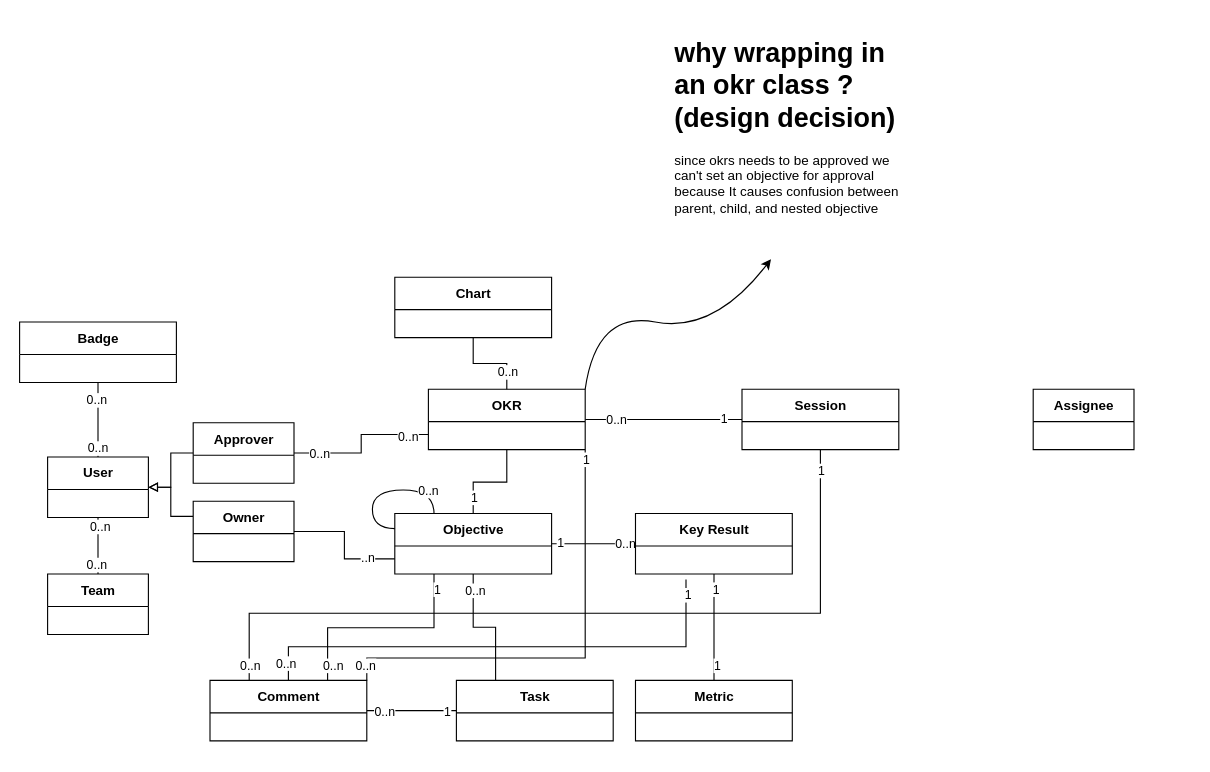
Above: diagrams/domain diagram.drawio in KhFendri/OKR_UML (draw.io), before the change. Source tidied: cells renumbered, new cells numbered last; positions are measured from the earlier drawing's top-left corner, leaving out a move shared by most shapes. Both pictures are drawn from the tidied source at 112%, with x=0, y=0 at pixel (19, 30).
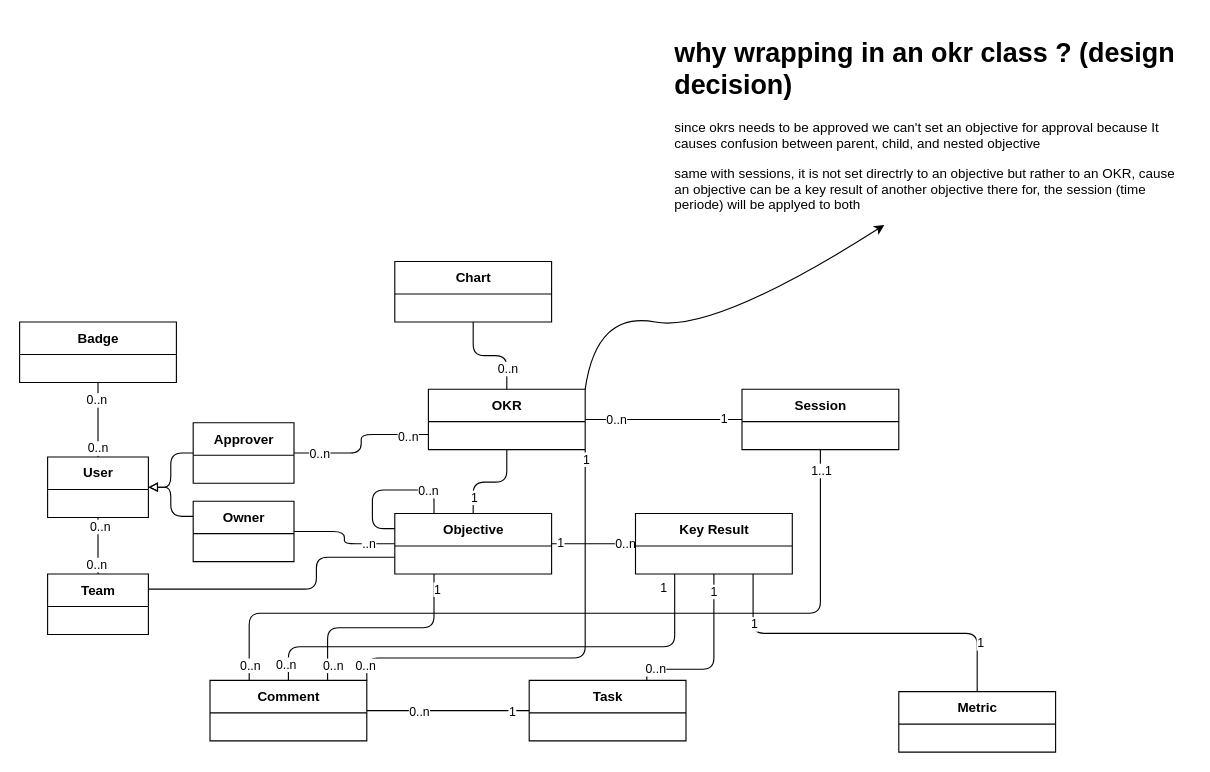
The same page after the edit.

Unchanged cells that the change refers to:
```xml
<mxCell id="7" value="OKR" style="swimlane;fontStyle=1;align=center;verticalAlign=middle;horizontal=1;startSize=29;html=1;" parent="1" vertex="1">
  <mxGeometry x="365" y="320" width="140" height="54" as="geometry" />
</mxCell>
<mxCell id="11" value="Key Result" style="swimlane;fontStyle=1;align=center;verticalAlign=middle;horizontal=1;startSize=29;html=1;" parent="1" vertex="1">
  <mxGeometry x="549.9" y="431" width="140" height="54" as="geometry" />
</mxCell>
<mxCell id="12" value="Session" style="swimlane;fontStyle=1;align=center;verticalAlign=middle;horizontal=1;startSize=29;html=1;" parent="1" vertex="1">
  <mxGeometry x="645" y="320" width="140" height="54" as="geometry" />
</mxCell>
<mxCell id="16" value="User" style="swimlane;fontStyle=1;align=center;verticalAlign=middle;horizontal=1;startSize=29;html=1;" parent="1" vertex="1">
  <mxGeometry x="25" y="380.5" width="90" height="54" as="geometry" />
</mxCell>
<mxCell id="20" value="Owner" style="swimlane;fontStyle=1;align=center;verticalAlign=middle;horizontal=1;startSize=29;html=1;" parent="1" vertex="1">
  <mxGeometry x="155" y="420" width="90" height="54" as="geometry" />
</mxCell>
<mxCell id="25" value="Badge" style="swimlane;fontStyle=1;align=center;verticalAlign=middle;horizontal=1;startSize=29;html=1;" parent="1" vertex="1">
  <mxGeometry y="260" width="140" height="54" as="geometry" />
</mxCell>
<mxCell id="41" value="Comment" style="swimlane;fontStyle=1;align=center;verticalAlign=middle;horizontal=1;startSize=29;html=1;" parent="1" vertex="1">
  <mxGeometry x="170" y="580" width="140" height="54" as="geometry" />
</mxCell>
<mxCell id="47" value="Approver" style="swimlane;fontStyle=1;align=center;verticalAlign=middle;horizontal=1;startSize=29;html=1;" parent="1" vertex="1">
  <mxGeometry x="155" y="350" width="90" height="54" as="geometry" />
</mxCell>
<mxCell id="52" style="group;" parent="1" vertex="1">
  <mxGeometry x="325" y="420" width="150" height="65" as="geometry" />
</mxCell>
<mxCell id="53" value="Objective" style="swimlane;fontStyle=1;align=center;verticalAlign=middle;horizontal=1;startSize=29;html=1;" parent="52" vertex="1">
  <mxGeometry x="10" y="11" width="140" height="54" as="geometry" />
</mxCell>
<mxCell id="59" value="Team" style="swimlane;fontStyle=1;align=center;verticalAlign=middle;horizontal=1;startSize=29;html=1;" parent="1" vertex="1">
  <mxGeometry x="25" y="485" width="90" height="54" as="geometry" />
</mxCell>
```

Change to the diagram source:
```diff
@@
-    <mxCell id="2" style="edgeStyle=elbowEdgeStyle;rounded=0;jettySize=auto;elbow=vertical;html=1;entryX=0.5;entryY=0;entryDx=0;entryDy=0;endArrow=none;endFill=0;" parent="1" edge="1" source="7" target="53">
+    <mxCell id="2" style="edgeStyle=elbowEdgeStyle;jettySize=auto;elbow=vertical;html=1;entryX=0.5;entryY=0;entryDx=0;entryDy=0;endArrow=none;endFill=0;rounded=1;" parent="1" edge="1" source="7" target="53">
       <mxGeometry relative="1" as="geometry" />
     </mxCell>
@@
-    <mxCell id="4" style="edgeStyle=elbowEdgeStyle;shape=connector;rounded=0;jettySize=auto;html=1;exitX=1;exitY=0.5;exitDx=0;exitDy=0;entryX=0;entryY=0.5;entryDx=0;entryDy=0;labelBackgroundColor=default;fontFamily=Helvetica;fontSize=11;fontColor=default;startArrow=none;startFill=0;endArrow=none;endFill=0;strokeColor=default;" parent="1" edge="1" source="7" target="12">
+    <mxCell id="4" style="edgeStyle=elbowEdgeStyle;shape=connector;jettySize=auto;html=1;exitX=1;exitY=0.5;exitDx=0;exitDy=0;entryX=0;entryY=0.5;entryDx=0;entryDy=0;labelBackgroundColor=default;fontFamily=Helvetica;fontSize=11;fontColor=default;startArrow=none;startFill=0;endArrow=none;endFill=0;strokeColor=default;rounded=1;" parent="1" edge="1" source="7" target="12">
       <mxGeometry relative="1" as="geometry" />
     </mxCell>
@@
-    <mxCell id="8" style="edgeStyle=orthogonalEdgeStyle;rounded=0;jettySize=auto;html=1;exitX=0;exitY=0.5;exitDx=0;exitDy=0;endArrow=none;endFill=0;" parent="1" edge="1" source="11" target="53">
+    <mxCell id="8" style="edgeStyle=orthogonalEdgeStyle;jettySize=auto;html=1;exitX=0;exitY=0.5;exitDx=0;exitDy=0;endArrow=none;endFill=0;rounded=1;" parent="1" edge="1" source="11" target="53">
       <mxGeometry relative="1" as="geometry" />
     </mxCell>
@@
+    <mxCell id="64" style="edgeStyle=elbowEdgeStyle;elbow=vertical;html=1;exitX=0.5;exitY=1;exitDx=0;exitDy=0;entryX=0.75;entryY=0;entryDx=0;entryDy=0;fontFamily=Times New Roman;endArrow=none;endFill=0;" parent="1" edge="1" source="11" target="42">
+      <mxGeometry relative="1" as="geometry">
+        <Array as="points">
+          <mxPoint x="585" y="570" />
+        </Array>
+      </mxGeometry>
+    </mxCell>
+    <mxCell id="65" value="1" style="edgeLabel;html=1;align=center;verticalAlign=middle;fontSize=11;fontFamily=Helvetica;fontColor=default;" parent="64" vertex="1">
+      <mxGeometry x="-0.35" relative="1" as="geometry">
+        <mxPoint y="-35" as="offset" />
+      </mxGeometry>
+    </mxCell>
+    <mxCell id="57" value="0..n" style="edgeLabel;html=1;align=center;verticalAlign=middle;fontSize=11;fontFamily=Helvetica;fontColor=default;" parent="64" vertex="1">
+      <mxGeometry x="0.77" y="-1" relative="1" as="geometry" />
+    </mxCell>
@@
-    <mxCell id="13" style="edgeStyle=elbowEdgeStyle;shape=connector;rounded=0;jettySize=auto;html=1;exitX=0.5;exitY=1;exitDx=0;exitDy=0;entryX=0.5;entryY=0;entryDx=0;entryDy=0;labelBackgroundColor=default;fontFamily=Helvetica;fontSize=11;fontColor=default;startArrow=none;startFill=0;endArrow=none;endFill=0;strokeColor=default;" parent="1" edge="1" source="16" target="59">
+    <mxCell id="13" style="edgeStyle=elbowEdgeStyle;shape=connector;jettySize=auto;html=1;exitX=0.5;exitY=1;exitDx=0;exitDy=0;entryX=0.5;entryY=0;entryDx=0;entryDy=0;labelBackgroundColor=default;fontFamily=Helvetica;fontSize=11;fontColor=default;startArrow=none;startFill=0;endArrow=none;endFill=0;strokeColor=default;rounded=1;" parent="1" edge="1" source="16" target="59">
       <mxGeometry relative="1" as="geometry" />
     </mxCell>
@@
-    <mxCell id="17" style="edgeStyle=elbowEdgeStyle;rounded=0;jettySize=auto;html=1;entryX=0;entryY=0.75;entryDx=0;entryDy=0;endArrow=none;endFill=0;exitX=1;exitY=0.5;exitDx=0;exitDy=0;" parent="1" edge="1" source="20" target="53">
+    <mxCell id="17" style="edgeStyle=elbowEdgeStyle;jettySize=auto;html=1;entryX=0;entryY=0.5;entryDx=0;entryDy=0;endArrow=none;endFill=0;exitX=1;exitY=0.5;exitDx=0;exitDy=0;rounded=1;" parent="1" edge="1" source="20" target="53">
       <mxGeometry relative="1" as="geometry" />
     </mxCell>
@@
-    <mxCell id="19" style="edgeStyle=elbowEdgeStyle;shape=connector;rounded=0;jettySize=auto;html=1;exitX=0;exitY=0.25;exitDx=0;exitDy=0;entryX=1;entryY=0.5;entryDx=0;entryDy=0;labelBackgroundColor=default;fontFamily=Helvetica;fontSize=11;fontColor=default;startArrow=none;startFill=0;endArrow=block;endFill=0;strokeColor=default;" parent="1" edge="1" source="20" target="16">
+    <mxCell id="19" style="edgeStyle=elbowEdgeStyle;shape=connector;jettySize=auto;html=1;exitX=0;exitY=0.25;exitDx=0;exitDy=0;entryX=1;entryY=0.5;entryDx=0;entryDy=0;labelBackgroundColor=default;fontFamily=Helvetica;fontSize=11;fontColor=default;startArrow=none;startFill=0;endArrow=block;endFill=0;strokeColor=default;rounded=1;" parent="1" edge="1" source="20" target="16">
       <mxGeometry relative="1" as="geometry" />
     </mxCell>
@@
-    <mxCell id="21" value="Assignee" style="swimlane;fontStyle=1;align=center;verticalAlign=middle;horizontal=1;startSize=29;html=1;" parent="1" vertex="1">
-      <mxGeometry x="905" y="320" width="90" height="54" as="geometry" />
-    </mxCell>
-    <mxCell id="22" style="edgeStyle=elbowEdgeStyle;shape=connector;rounded=0;jettySize=auto;elbow=vertical;html=1;entryX=0.5;entryY=0;entryDx=0;entryDy=0;labelBackgroundColor=default;fontFamily=Helvetica;fontSize=11;fontColor=default;startArrow=none;startFill=0;endArrow=none;endFill=0;strokeColor=default;" parent="1" edge="1" source="25" target="16">
+    <mxCell id="22" style="edgeStyle=elbowEdgeStyle;shape=connector;jettySize=auto;elbow=vertical;html=1;entryX=0.5;entryY=0;entryDx=0;entryDy=0;labelBackgroundColor=default;fontFamily=Helvetica;fontSize=11;fontColor=default;startArrow=none;startFill=0;endArrow=none;endFill=0;strokeColor=default;rounded=1;" parent="1" edge="1" source="25" target="16">
       <mxGeometry relative="1" as="geometry" />
     </mxCell>
@@
-    <mxCell id="26" style="edgeStyle=elbowEdgeStyle;shape=connector;rounded=0;jettySize=auto;html=1;exitX=0.75;exitY=0;exitDx=0;exitDy=0;entryX=0.25;entryY=1;entryDx=0;entryDy=0;labelBackgroundColor=default;fontFamily=Helvetica;fontSize=11;fontColor=default;startArrow=none;startFill=0;endArrow=none;endFill=0;strokeColor=default;elbow=vertical;" parent="1" edge="1" source="41" target="53">
+    <mxCell id="26" style="edgeStyle=elbowEdgeStyle;shape=connector;jettySize=auto;html=1;exitX=0.75;exitY=0;exitDx=0;exitDy=0;entryX=0.25;entryY=1;entryDx=0;entryDy=0;labelBackgroundColor=default;fontFamily=Helvetica;fontSize=11;fontColor=default;startArrow=none;startFill=0;endArrow=none;endFill=0;strokeColor=default;elbow=vertical;rounded=1;" parent="1" edge="1" source="41" target="53">
       <mxGeometry relative="1" as="geometry" />
     </mxCell>
@@
-    <mxCell id="29" style="edgeStyle=elbowEdgeStyle;shape=connector;rounded=0;jettySize=auto;elbow=vertical;html=1;entryX=0;entryY=0.5;entryDx=0;entryDy=0;labelBackgroundColor=default;fontFamily=Helvetica;fontSize=11;fontColor=default;startArrow=none;startFill=0;endArrow=none;endFill=0;strokeColor=default;" parent="1" edge="1" source="41" target="42">
-      <mxGeometry relative="1" as="geometry">
-        <Array as="points">
-          <mxPoint x="335" y="607" />
-        </Array>
-      </mxGeometry>
+    <mxCell id="29" style="edgeStyle=elbowEdgeStyle;shape=connector;jettySize=auto;html=1;entryX=0;entryY=0.5;entryDx=0;entryDy=0;labelBackgroundColor=default;fontFamily=Helvetica;fontSize=11;fontColor=default;startArrow=none;startFill=0;endArrow=none;endFill=0;strokeColor=default;rounded=1;" parent="1" edge="1" source="41" target="42">
+      <mxGeometry relative="1" as="geometry" />
     </mxCell>
@@
-    <mxCell id="32" style="edgeStyle=elbowEdgeStyle;shape=connector;rounded=0;jettySize=auto;elbow=vertical;html=1;exitX=0.5;exitY=0;exitDx=0;exitDy=0;labelBackgroundColor=default;fontFamily=Helvetica;fontSize=11;fontColor=default;startArrow=none;startFill=0;endArrow=none;endFill=0;strokeColor=default;" parent="1" edge="1" source="41">
+    <mxCell id="32" style="edgeStyle=elbowEdgeStyle;shape=connector;jettySize=auto;elbow=vertical;html=1;exitX=0.5;exitY=0;exitDx=0;exitDy=0;labelBackgroundColor=default;fontFamily=Helvetica;fontSize=11;fontColor=default;startArrow=none;startFill=0;endArrow=none;endFill=0;strokeColor=default;rounded=1;entryX=0.25;entryY=1;entryDx=0;entryDy=0;" parent="1" edge="1" source="41" target="11">
       <mxGeometry relative="1" as="geometry">
-        <mxPoint x="595" y="490" as="targetPoint" />
         <Array as="points">
           <mxPoint x="415" y="550" />
         </Array>
       </mxGeometry>
     </mxCell>
     <mxCell id="33" value="1" style="edgeLabel;html=1;align=center;verticalAlign=middle;fontSize=11;fontFamily=Helvetica;fontColor=default;" parent="32" vertex="1">
-      <mxGeometry x="0.94" y="-1" relative="1" as="geometry" />
+      <mxGeometry x="0.94" y="-1" relative="1" as="geometry">
+        <mxPoint x="-11" as="offset" />
+      </mxGeometry>
     </mxCell>
@@
-    <mxCell id="35" style="edgeStyle=elbowEdgeStyle;shape=connector;rounded=0;jettySize=auto;elbow=vertical;html=1;exitX=0.25;exitY=0;exitDx=0;exitDy=0;entryX=0.5;entryY=1;entryDx=0;entryDy=0;labelBackgroundColor=default;fontFamily=Helvetica;fontSize=11;fontColor=default;startArrow=none;startFill=0;endArrow=none;endFill=0;strokeColor=default;" parent="1" edge="1" source="41" target="12">
+    <mxCell id="35" style="edgeStyle=elbowEdgeStyle;shape=connector;jettySize=auto;elbow=vertical;html=1;exitX=0.25;exitY=0;exitDx=0;exitDy=0;entryX=0.5;entryY=1;entryDx=0;entryDy=0;labelBackgroundColor=default;fontFamily=Helvetica;fontSize=11;fontColor=default;startArrow=none;startFill=0;endArrow=none;endFill=0;strokeColor=default;rounded=1;" parent="1" edge="1" source="41" target="12">
       <mxGeometry relative="1" as="geometry">
         <Array as="points">
           <mxPoint x="405" y="520" />
         </Array>
       </mxGeometry>
     </mxCell>
-    <mxCell id="36" value="1" style="edgeLabel;html=1;align=center;verticalAlign=middle;fontSize=11;fontFamily=Helvetica;fontColor=default;" parent="35" vertex="1">
+    <mxCell id="36" value="1..1" style="edgeLabel;html=1;align=center;verticalAlign=middle;fontSize=11;fontFamily=Helvetica;fontColor=default;" parent="35" vertex="1">
       <mxGeometry x="0.95" relative="1" as="geometry" />
     </mxCell>
@@
-    <mxCell id="38" style="edgeStyle=elbowEdgeStyle;shape=connector;rounded=0;jettySize=auto;elbow=vertical;html=1;exitX=1;exitY=0;exitDx=0;exitDy=0;labelBackgroundColor=default;fontFamily=Helvetica;fontSize=11;fontColor=default;startArrow=none;startFill=0;endArrow=none;endFill=0;strokeColor=default;entryX=1;entryY=1;entryDx=0;entryDy=0;" parent="1" edge="1" source="41" target="7">
+    <mxCell id="38" style="edgeStyle=elbowEdgeStyle;shape=connector;jettySize=auto;elbow=vertical;html=1;exitX=1;exitY=0;exitDx=0;exitDy=0;labelBackgroundColor=default;fontFamily=Helvetica;fontSize=11;fontColor=default;startArrow=none;startFill=0;endArrow=none;endFill=0;strokeColor=default;entryX=1;entryY=1;entryDx=0;entryDy=0;rounded=1;" parent="1" edge="1" source="41" target="7">
       <mxGeometry relative="1" as="geometry">
         <Array as="points">
           <mxPoint x="395" y="560" />
         </Array>
       </mxGeometry>
     </mxCell>
@@
     <mxCell id="42" value="Task" style="swimlane;fontStyle=1;align=center;verticalAlign=middle;horizontal=1;startSize=29;html=1;" parent="1" vertex="1">
-      <mxGeometry x="390" y="580" width="140" height="54" as="geometry" />
+      <mxGeometry x="455" y="580" width="140" height="54" as="geometry" />
     </mxCell>
-    <mxCell id="43" style="edgeStyle=elbowEdgeStyle;rounded=0;jettySize=auto;html=1;endArrow=none;endFill=0;entryX=0;entryY=0.75;entryDx=0;entryDy=0;exitX=1;exitY=0.5;exitDx=0;exitDy=0;" parent="1" edge="1" source="47" target="7">
+    <mxCell id="43" style="edgeStyle=elbowEdgeStyle;jettySize=auto;html=1;endArrow=none;endFill=0;entryX=0;entryY=0.75;entryDx=0;entryDy=0;exitX=1;exitY=0.5;exitDx=0;exitDy=0;rounded=1;" parent="1" edge="1" source="47" target="7">
       <mxGeometry relative="1" as="geometry" />
     </mxCell>
@@
-    <mxCell id="46" style="edgeStyle=elbowEdgeStyle;shape=connector;rounded=0;jettySize=auto;html=1;exitX=0;exitY=0.5;exitDx=0;exitDy=0;entryX=1;entryY=0.5;entryDx=0;entryDy=0;labelBackgroundColor=default;fontFamily=Helvetica;fontSize=11;fontColor=default;startArrow=none;startFill=0;endArrow=block;endFill=0;strokeColor=default;" parent="1" edge="1" source="47" target="16">
+    <mxCell id="46" style="edgeStyle=elbowEdgeStyle;shape=connector;jettySize=auto;html=1;exitX=0;exitY=0.5;exitDx=0;exitDy=0;entryX=1;entryY=0.5;entryDx=0;entryDy=0;labelBackgroundColor=default;fontFamily=Helvetica;fontSize=11;fontColor=default;startArrow=none;startFill=0;endArrow=block;endFill=0;strokeColor=default;rounded=1;" parent="1" edge="1" source="47" target="16">
       <mxGeometry relative="1" as="geometry" />
     </mxCell>
@@
-    <mxCell id="48" style="edgeStyle=elbowEdgeStyle;shape=connector;rounded=0;jettySize=auto;html=1;entryX=0.5;entryY=1;entryDx=0;entryDy=0;labelBackgroundColor=default;fontFamily=Helvetica;fontSize=11;fontColor=default;startArrow=none;startFill=0;endArrow=none;endFill=0;strokeColor=default;" parent="1" edge="1" source="51" target="11">
+    <mxCell id="48" style="edgeStyle=elbowEdgeStyle;shape=connector;jettySize=auto;html=1;entryX=0.75;entryY=1;entryDx=0;entryDy=0;labelBackgroundColor=default;fontFamily=Helvetica;fontSize=11;fontColor=default;startArrow=none;startFill=0;endArrow=none;endFill=0;strokeColor=default;rounded=1;elbow=vertical;" parent="1" edge="1" source="51" target="11">
       <mxGeometry relative="1" as="geometry" />
     </mxCell>
@@
     <mxCell id="50" value="1" style="edgeLabel;html=1;align=center;verticalAlign=middle;fontSize=11;fontFamily=Helvetica;fontColor=default;" parent="48" vertex="1">
-      <mxGeometry x="0.73" y="-1" relative="1" as="geometry" />
+      <mxGeometry x="0.73" y="-1" relative="1" as="geometry">
+        <mxPoint y="3" as="offset" />
+      </mxGeometry>
     </mxCell>
     <mxCell id="51" value="Metric" style="swimlane;fontStyle=1;align=center;verticalAlign=middle;horizontal=1;startSize=29;html=1;" parent="1" vertex="1">
-      <mxGeometry x="549.9" y="580" width="140" height="54" as="geometry" />
+      <mxGeometry x="785" y="590" width="140" height="54" as="geometry" />
     </mxCell>
@@
-    <mxCell id="54" style="edgeStyle=orthogonalEdgeStyle;rounded=0;orthogonalLoop=1;jettySize=auto;html=1;exitX=0;exitY=0.25;exitDx=0;exitDy=0;entryX=0.25;entryY=0;entryDx=0;entryDy=0;endArrow=none;endFill=0;curved=1;" parent="52" edge="1" source="53" target="53">
+    <mxCell id="54" style="edgeStyle=orthogonalEdgeStyle;orthogonalLoop=1;jettySize=auto;html=1;exitX=0;exitY=0.25;exitDx=0;exitDy=0;entryX=0.25;entryY=0;entryDx=0;entryDy=0;endArrow=none;endFill=0;rounded=1;" parent="52" edge="1" source="53" target="53">
       <mxGeometry relative="1" as="geometry">
         <Array as="points">
           <mxPoint x="-10" y="25" />
           <mxPoint x="-10" y="-10" />
           <mxPoint x="45" y="-10" />
         </Array>
       </mxGeometry>
     </mxCell>
@@
-    <mxCell id="56" style="rounded=0;jettySize=auto;html=1;entryX=0.25;entryY=0;entryDx=0;entryDy=0;endArrow=none;endFill=0;edgeStyle=orthogonalEdgeStyle;" parent="1" edge="1" source="53" target="42">
-      <mxGeometry relative="1" as="geometry" />
-    </mxCell>
-    <mxCell id="57" value="0..n" style="edgeLabel;html=1;align=center;verticalAlign=middle;" parent="56" vertex="1">
-      <mxGeometry x="-0.75" y="1" relative="1" as="geometry" />
-    </mxCell>
-    <mxCell id="58" value="&lt;h1&gt;why wrapping in an okr class ? (design decision)&lt;/h1&gt;&lt;p&gt;since okrs needs to be approved we can't set an objective for approval because It causes confusion between parent, child, and nested objective&lt;/p&gt;" style="text;html=1;strokeColor=none;fillColor=none;spacing=5;spacingTop=-20;whiteSpace=wrap;overflow=hidden;rounded=0;sketch=1;" parent="1" vertex="1">
-      <mxGeometry x="580" width="220" height="200" as="geometry" />
+    <mxCell id="58" value="&lt;h1&gt;why wrapping in an okr class ? (design decision)&lt;/h1&gt;&lt;p&gt;since okrs needs to be approved we can't set an objective for approval because It causes confusion between parent, child, and nested objective&lt;/p&gt;&lt;p&gt;same with sessions, it is not set directrly to an objective but rather to an OKR, cause an objective can be a key result of another objective there for, the session (time periode) will be applyed to both&lt;/p&gt;" style="text;html=1;strokeColor=none;fillColor=none;spacing=5;spacingTop=-20;whiteSpace=wrap;overflow=hidden;rounded=0;sketch=1;" parent="1" vertex="1">
+      <mxGeometry x="580" width="465" height="170" as="geometry" />
     </mxCell>
+    <mxCell id="66" style="edgeStyle=elbowEdgeStyle;html=1;exitX=1;exitY=0.25;exitDx=0;exitDy=0;endArrow=none;endFill=0;rounded=1;" parent="1" edge="1" source="59">
+      <mxGeometry relative="1" as="geometry">
+        <mxPoint x="335" y="470" as="targetPoint" />
+        <Array as="points">
+          <mxPoint x="265" y="490" />
+        </Array>
+      </mxGeometry>
+    </mxCell>
@@
-    <mxCell id="60" style="edgeStyle=elbowEdgeStyle;shape=connector;rounded=0;jettySize=auto;elbow=vertical;html=1;entryX=0.5;entryY=0;entryDx=0;entryDy=0;labelBackgroundColor=default;fontFamily=Helvetica;fontSize=11;fontColor=default;startArrow=none;startFill=0;endArrow=none;endFill=0;strokeColor=default;" parent="1" edge="1" source="62" target="7">
+    <mxCell id="60" style="edgeStyle=elbowEdgeStyle;shape=connector;jettySize=auto;elbow=vertical;html=1;entryX=0.5;entryY=0;entryDx=0;entryDy=0;labelBackgroundColor=default;fontFamily=Helvetica;fontSize=11;fontColor=default;startArrow=none;startFill=0;endArrow=none;endFill=0;strokeColor=default;rounded=1;" parent="1" edge="1" source="62" target="7">
       <mxGeometry relative="1" as="geometry" />
     </mxCell>
@@
     <mxCell id="62" value="Chart" style="swimlane;fontStyle=1;align=center;verticalAlign=middle;horizontal=1;startSize=29;html=1;" parent="1" vertex="1">
-      <mxGeometry x="335" y="220" width="140" height="54" as="geometry" />
+      <mxGeometry x="335" y="206" width="140" height="54" as="geometry" />
     </mxCell>
-    <mxCell id="63" style="curved=1;endArrow=classic;html=1;rounded=0;labelBackgroundColor=default;fontFamily=Helvetica;fontSize=11;fontColor=default;strokeColor=default;shape=connector;elbow=vertical;entryX=0.413;entryY=1.02;entryDx=0;entryDy=0;entryPerimeter=0;exitX=1;exitY=0;exitDx=0;exitDy=0;" parent="1" edge="1" source="7" target="58">
+    <mxCell id="63" style="endArrow=classic;html=1;labelBackgroundColor=default;fontFamily=Helvetica;fontSize=11;fontColor=default;strokeColor=default;shape=connector;elbow=vertical;entryX=0.413;entryY=1.02;entryDx=0;entryDy=0;entryPerimeter=0;exitX=1;exitY=0;exitDx=0;exitDy=0;curved=1;" parent="1" edge="1" source="7" target="58">
       <mxGeometry relative="1" as="geometry">
         <Array as="points">
           <mxPoint x="515" y="250" />
           <mxPoint x="620" y="270" />
         </Array>
       </mxGeometry>
     </mxCell>
```
